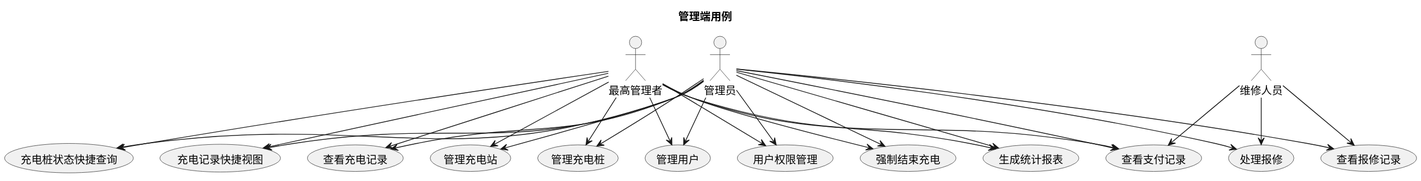
Before: usecase/docs/overview/img/admin_usecases.svg, a diagram exported from PlantUML (greenhandzdl/charging-station-doc).
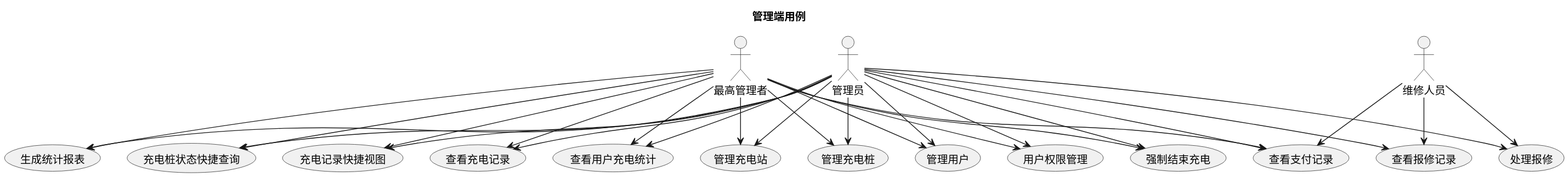
The same file after the commit.

What changed in the source:
```diff
@@ -20,6 +20,7 @@
 usecase "充电记录快捷视图" as QV
 usecase "查看支付记录" as VPR
 usecase "查看充电记录" as VCR
+usecase "查看用户充电统计" as UCS
 
 A --> MS
 A --> MC
@@ -33,6 +34,7 @@
 A --> QC
 A --> QV
 A --> VCR
+A --> UCS
 SA --> MS
 SA --> MC
 SA --> PM
@@ -43,6 +45,7 @@
 SA --> QC
 SA --> QV
 SA --> VCR
+SA --> UCS
 M --> HR
 M --> VR
 M --> VPR
```
